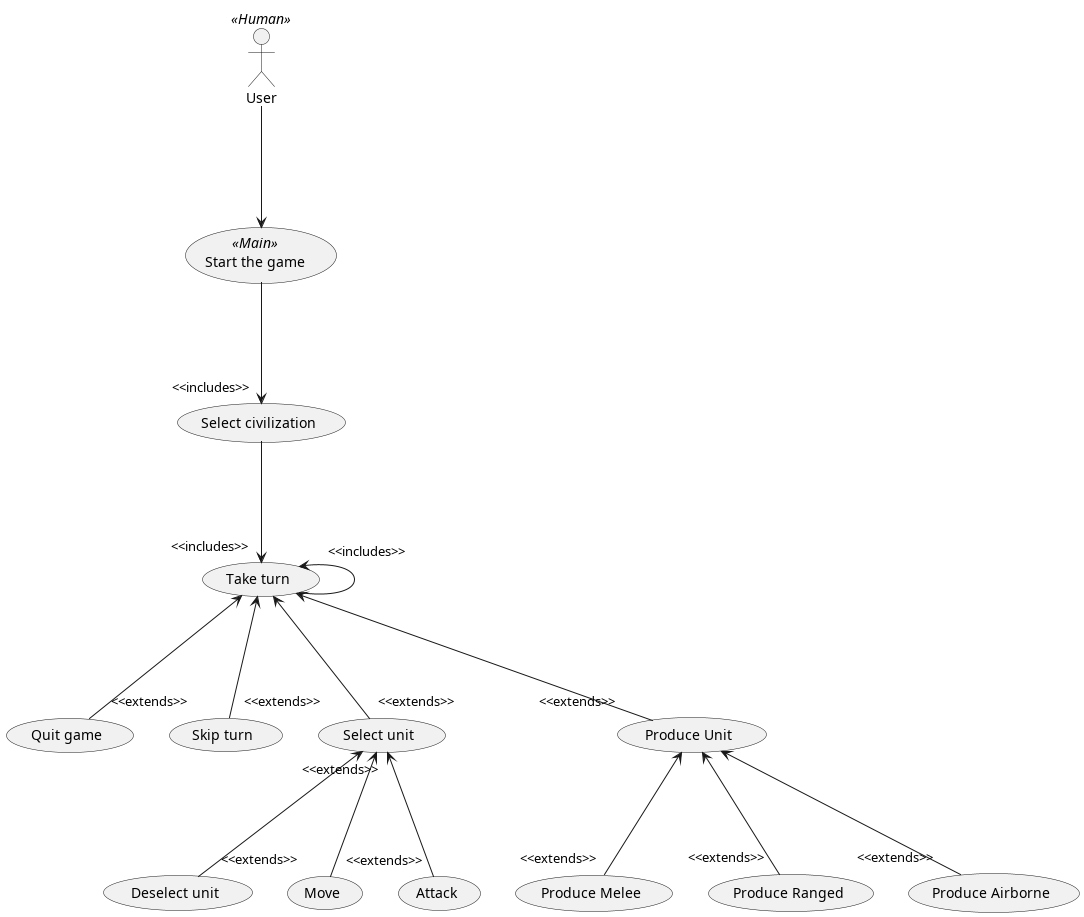
This is diagrams/use_cases/use_cases.png from rhythmthief/csci_5448_ooad_final_proj, a PlantUML export, as it was before one commit.
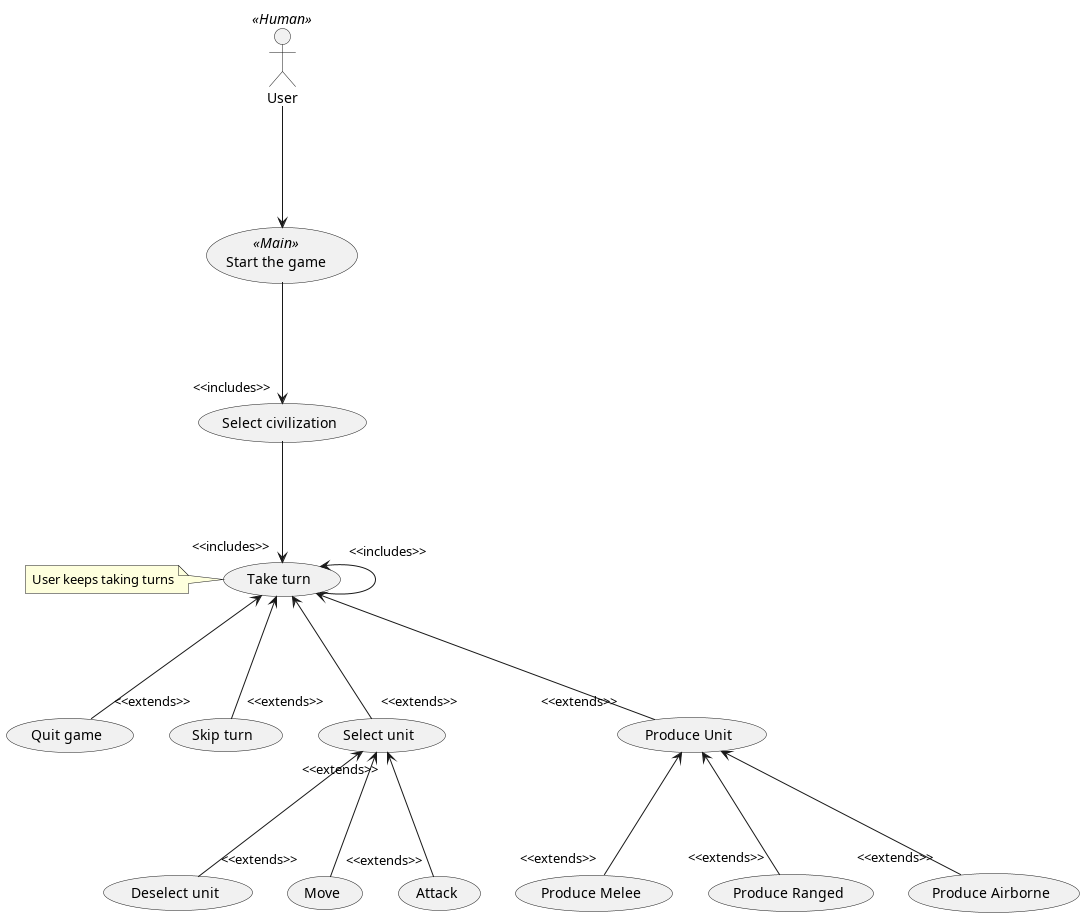
The same file after the commit.

Commit message:
Added class diagram to pdf

Change to the diagram source:
```diff
@@ -31,6 +31,10 @@
 (Produce) <---"<<extends>>" (PA)
 
 
+note left of (Turn)
+User keeps taking turns
+end note
+
 
 
 @enduml
```
